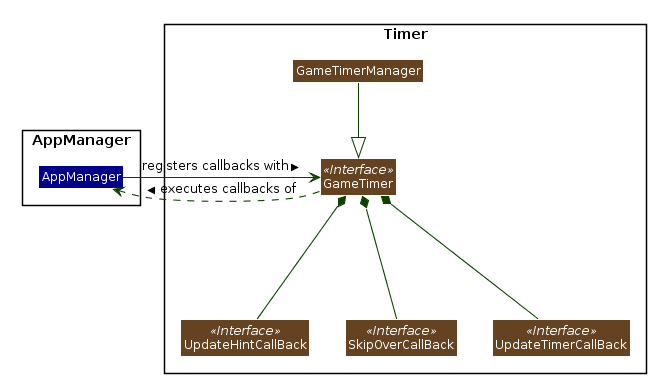
Before: docs/images/TimerClassDiagramCallbacks.png, a diagram exported from PlantUML (nus-cs2103-AY1920S1/addressbook-level3).
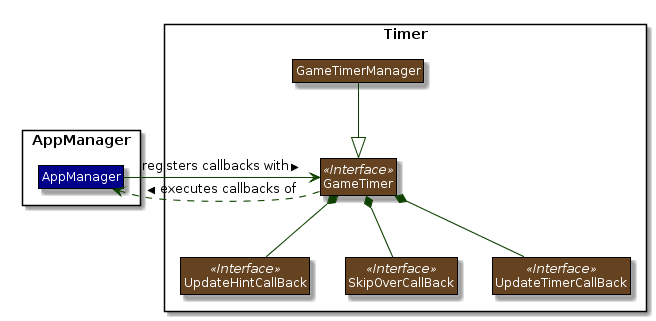
The same diagram one commit later.

What changed in the source:
```diff
@@ -1,6 +1,4 @@
 @startuml
-
-
 
 
 
@@ -18,9 +16,10 @@
 skinparam Class {
     FontColor #FFFFFF
     BorderThickness 1
-    BorderColor #FFFFFF
+    BorderColor #000000
     StereotypeFontColor #FFFFFF
     FontName Arial
+    AttributeFontColor #FFFFFF
 }
 
 skinparam Actor {
@@ -44,15 +43,15 @@
 
 skinparam MinClassWidth 50
 skinparam ParticipantPadding 10
-skinparam Shadowing false
+skinparam Shadowing true
 skinparam DefaultTextAlignment center
 skinparam packageStyle Rectangle
+skinparam classAttributeIconSize 0
 
 hide footbox
 hide members
 hide circle
-
-
+hide empty members
 skinparam arrowThickness 1.1
 skinparam arrowColor #0E4100
 skinparam classBackgroundColor #654321
@@ -88,9 +87,9 @@
 
 }
 
-GameTimer *--down- UpdateHintCallBack
-GameTimer *--down- SkipOverCallBack
-GameTimer *--down- UpdateTimerCallBack
+GameTimer *-down- UpdateHintCallBack
+GameTimer *-down- SkipOverCallBack
+GameTimer *-down- UpdateTimerCallBack
 GameTimerManager -down-|> GameTimer
 GameTimer ..left..> AppManager : executes callbacks of >
 AppManager --right--> GameTimer : registers callbacks with >
```
